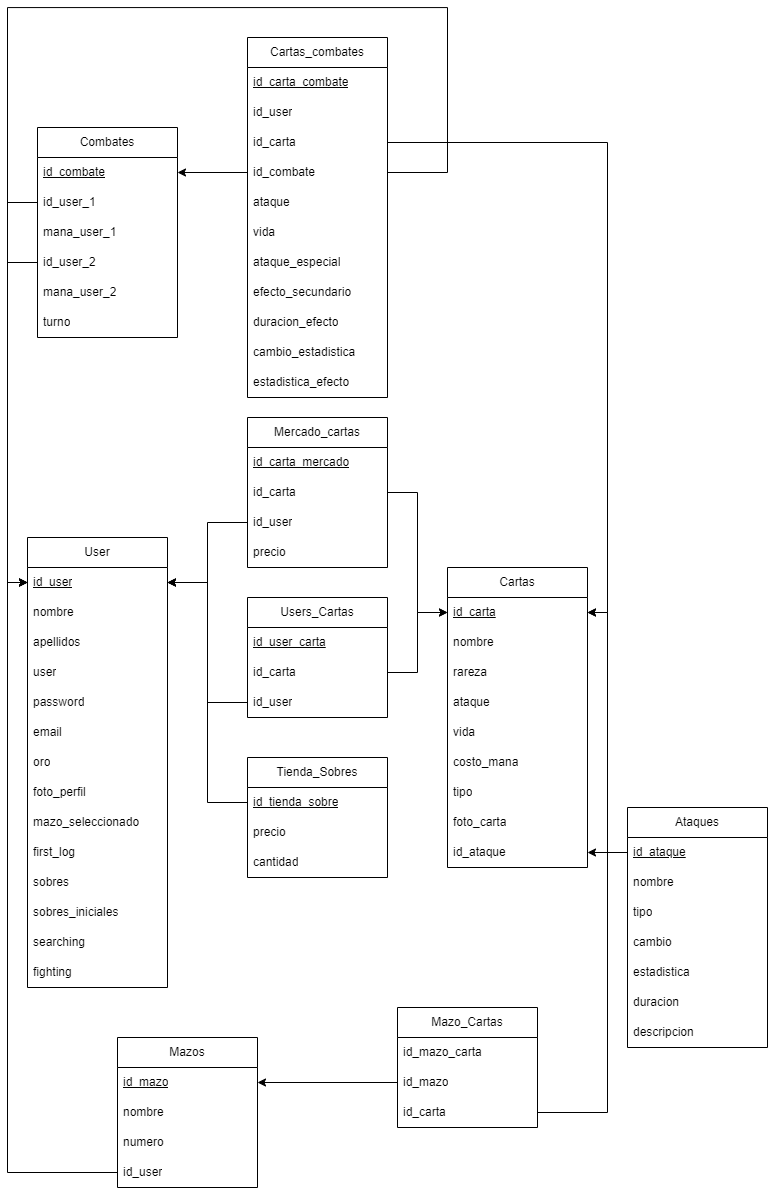
Above: Diagramas/esquemaLogic.png in MiguelGallardoRevaliente/ProjecteFinal (draw.io), before the change. Source tidied: cells renumbered, new cells last; positions are measured from the earlier drawing's top-left corner, leaving out a move shared by most shapes.
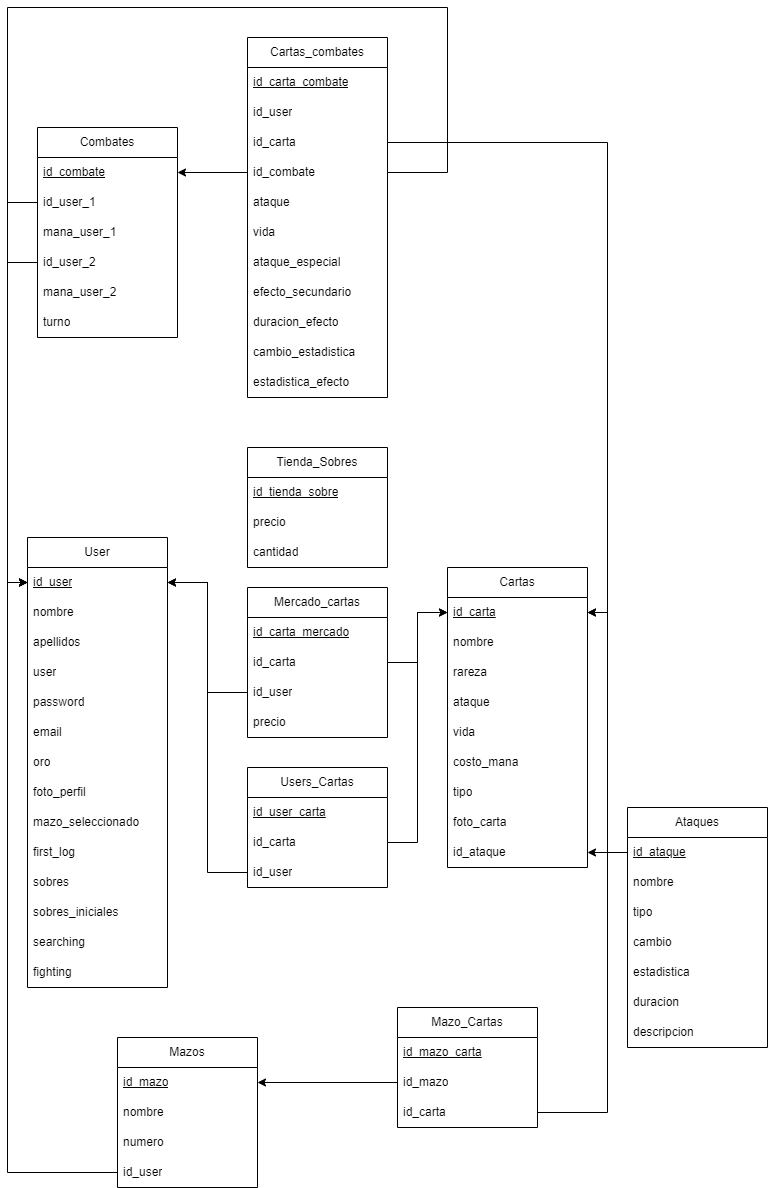
Later version of the same file.

Commit message:
diagramas, comentarios, index update

The edit, as a diff of the source:
```diff
@@ -78,7 +78,7 @@
       <mxGeometry y="270" width="140" height="30" as="geometry" />
     </mxCell>
     <mxCell id="27" value="Users_Cartas" style="swimlane;fontStyle=0;horizontal=1;startSize=30;whiteSpace=wrap;html=1;" parent="1" vertex="1">
-      <mxGeometry x="240" y="590" width="140" height="120" as="geometry" />
+      <mxGeometry x="240" y="760" width="140" height="120" as="geometry" />
     </mxCell>
     <mxCell id="28" value="&lt;u&gt;id_user_carta&lt;/u&gt;" style="text;strokeColor=none;fillColor=none;align=left;verticalAlign=middle;spacingLeft=4;spacingRight=4;overflow=hidden;whiteSpace=wrap;html=1;" parent="27" vertex="1">
       <mxGeometry y="30" width="140" height="30" as="geometry" />
@@ -96,7 +96,7 @@
       <mxGeometry relative="1" as="geometry" />
     </mxCell>
     <mxCell id="33" value="Mercado_cartas" style="swimlane;fontStyle=0;horizontal=1;startSize=30;whiteSpace=wrap;html=1;" parent="1" vertex="1">
-      <mxGeometry x="240" y="410" width="140" height="150" as="geometry" />
+      <mxGeometry x="240" y="580" width="140" height="150" as="geometry" />
     </mxCell>
     <mxCell id="34" value="&lt;u&gt;id_carta_mercado&lt;/u&gt;" style="text;strokeColor=none;fillColor=none;align=left;verticalAlign=middle;spacingLeft=4;spacingRight=4;overflow=hidden;whiteSpace=wrap;html=1;" parent="33" vertex="1">
       <mxGeometry y="30" width="140" height="30" as="geometry" />
@@ -117,7 +117,7 @@
       <mxGeometry relative="1" as="geometry" />
     </mxCell>
     <mxCell id="40" value="Tienda_Sobres" style="swimlane;fontStyle=0;horizontal=1;startSize=30;whiteSpace=wrap;html=1;" parent="1" vertex="1">
-      <mxGeometry x="240" y="750" width="140" height="120" as="geometry" />
+      <mxGeometry x="240" y="440" width="140" height="120" as="geometry" />
     </mxCell>
     <mxCell id="41" value="&lt;u&gt;id_tienda_sobre&lt;/u&gt;" style="text;strokeColor=none;fillColor=none;align=left;verticalAlign=middle;spacingLeft=4;spacingRight=4;overflow=hidden;points=[[0,0.5],[1,0.5]];portConstraint=eastwest;whiteSpace=wrap;html=1;" parent="40" vertex="1">
       <mxGeometry y="30" width="140" height="30" as="geometry" />
@@ -128,9 +128,6 @@
     <mxCell id="43" value="cantidad" style="text;strokeColor=none;fillColor=none;align=left;verticalAlign=middle;spacingLeft=4;spacingRight=4;overflow=hidden;whiteSpace=wrap;html=1;" parent="40" vertex="1">
       <mxGeometry y="90" width="140" height="30" as="geometry" />
     </mxCell>
-    <mxCell id="44" style="edgeStyle=orthogonalEdgeStyle;rounded=0;jettySize=auto;html=1;entryX=1;entryY=0.5;entryDx=0;entryDy=0;" parent="1" edge="1" source="41" target="3">
-      <mxGeometry relative="1" as="geometry" />
-    </mxCell>
     <mxCell id="45" value="Mazos" style="swimlane;fontStyle=0;horizontal=1;startSize=30;whiteSpace=wrap;html=1;" parent="1" vertex="1">
       <mxGeometry x="110" y="1030" width="140" height="150" as="geometry" />
     </mxCell>
@@ -149,7 +146,7 @@
     <mxCell id="50" value="Mazo_Cartas" style="swimlane;fontStyle=0;horizontal=1;startSize=30;whiteSpace=wrap;html=1;" parent="1" vertex="1">
       <mxGeometry x="390" y="1000" width="140" height="120" as="geometry" />
     </mxCell>
-    <mxCell id="51" value="id_mazo_carta" style="text;strokeColor=none;fillColor=none;align=left;verticalAlign=middle;spacingLeft=4;spacingRight=4;overflow=hidden;whiteSpace=wrap;html=1;" parent="50" vertex="1">
+    <mxCell id="51" value="&lt;u&gt;id_mazo_carta&lt;/u&gt;" style="text;strokeColor=none;fillColor=none;align=left;verticalAlign=middle;spacingLeft=4;spacingRight=4;overflow=hidden;whiteSpace=wrap;html=1;" parent="50" vertex="1">
       <mxGeometry y="30" width="140" height="30" as="geometry" />
     </mxCell>
     <mxCell id="52" value="id_mazo" style="text;strokeColor=none;fillColor=none;align=left;verticalAlign=middle;spacingLeft=4;spacingRight=4;overflow=hidden;points=[[0,0.5],[1,0.5]];portConstraint=eastwest;whiteSpace=wrap;html=1;" parent="50" vertex="1">
```
